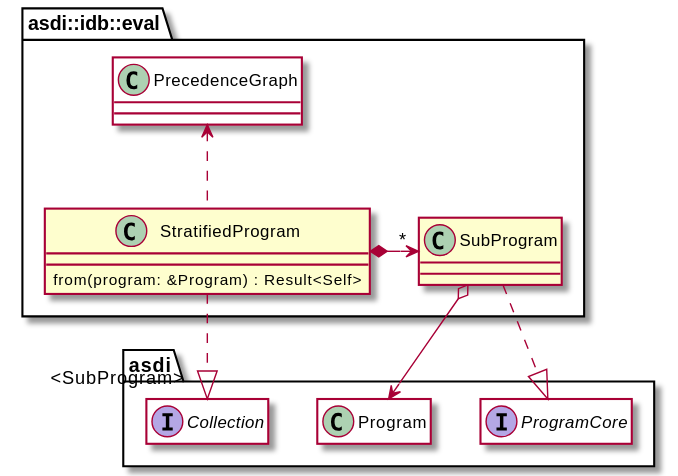
Before: book/src/extension/evaluator_stratified.svg, a diagram exported from PlantUML (johnstonskj/rust-asdi).
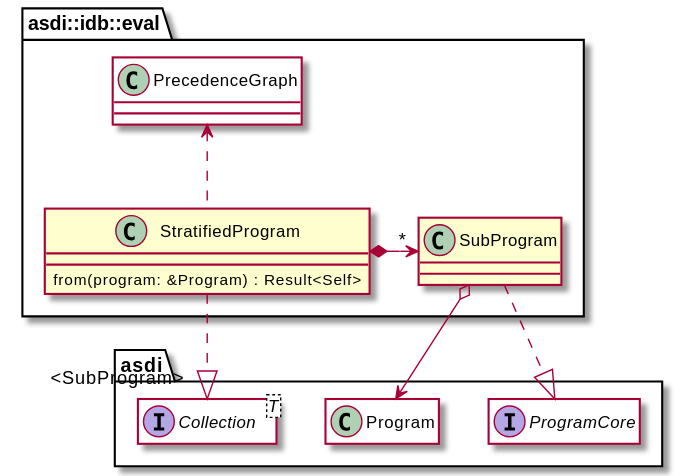
Later version of the same file.

The edit, as a diff of the source:
```diff
@@ -2,7 +2,7 @@
 
 !include ../model/options.plantuml
 
-interface asdi::Collection #white
+interface asdi::Collection<T> #white
 hide "asdi::Collection" members
 
 class asdi::Program #white
```
